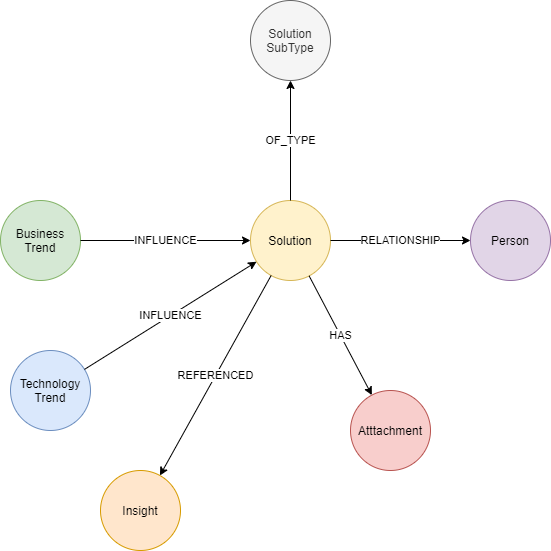
Above: Modules/Solutions/SignPostAPI/images/model.png in EnglishSid/DigitalExplorerDevNotes (draw.io), before the change. Source tidied: cells renumbered, new cells last; positions are measured from the earlier drawing's top-left corner, leaving out a move shared by most shapes. The source it was exported from:
```xml
<mxGraphModel>
  <root>
    <mxCell id="0" />
    <mxCell id="1" parent="0" />
    <mxCell id="2" value="Solution" style="ellipse;whiteSpace=wrap;html=1;fillColor=#fff2cc;strokeColor=#d6b656;" parent="1" vertex="1">
      <mxGeometry x="250" y="200" width="80" height="80" as="geometry" />
    </mxCell>
    <mxCell id="3" value="Solution&lt;br&gt;SubType" style="ellipse;whiteSpace=wrap;html=1;fillColor=#f5f5f5;strokeColor=#666666;fontColor=#333333;" parent="1" vertex="1">
      <mxGeometry x="250" width="80" height="80" as="geometry" />
    </mxCell>
    <mxCell id="4" value="Person" style="ellipse;whiteSpace=wrap;html=1;fillColor=#e1d5e7;strokeColor=#9673a6;" parent="1" vertex="1">
      <mxGeometry x="470" y="200" width="80" height="80" as="geometry" />
    </mxCell>
    <mxCell id="5" value="RELATIONSHIP" style="endArrow=classic;html=1;" parent="1" edge="1" source="2" target="4">
      <mxGeometry relative="1" as="geometry" />
    </mxCell>
    <mxCell id="6" value="OF_TYPE" style="endArrow=classic;html=1;" parent="1" edge="1" source="2" target="3">
      <mxGeometry relative="1" as="geometry" />
    </mxCell>
    <mxCell id="7" value="Atttachment" style="ellipse;whiteSpace=wrap;html=1;fillColor=#f8cecc;strokeColor=#b85450;" parent="1" vertex="1">
      <mxGeometry x="350" y="390" width="80" height="80" as="geometry" />
    </mxCell>
    <mxCell id="8" value="HAS" style="endArrow=classic;html=1;" parent="1" edge="1" source="2" target="7">
      <mxGeometry relative="1" as="geometry" />
    </mxCell>
    <mxCell id="9" value="Business&lt;br&gt;Trend" style="ellipse;whiteSpace=wrap;html=1;fillColor=#d5e8d4;strokeColor=#82b366;" parent="1" vertex="1">
      <mxGeometry y="200" width="80" height="80" as="geometry" />
    </mxCell>
    <mxCell id="10" value="Technology&lt;br&gt;Trend" style="ellipse;whiteSpace=wrap;html=1;fillColor=#dae8fc;strokeColor=#6c8ebf;" parent="1" vertex="1">
      <mxGeometry x="10" y="350" width="80" height="80" as="geometry" />
    </mxCell>
    <mxCell id="11" value="Insight" style="ellipse;whiteSpace=wrap;html=1;fillColor=#ffe6cc;strokeColor=#d79b00;" parent="1" vertex="1">
      <mxGeometry x="100" y="470" width="80" height="80" as="geometry" />
    </mxCell>
    <mxCell id="12" value="INFLUENCE" style="endArrow=classic;html=1;" parent="1" edge="1" source="9" target="2">
      <mxGeometry relative="1" as="geometry" />
    </mxCell>
    <mxCell id="13" value="&lt;span style=&quot;color: rgb(0 , 0 , 0) ; font-family: &amp;#34;helvetica&amp;#34; ; font-size: 11px ; font-style: normal ; font-weight: 400 ; letter-spacing: normal ; text-align: center ; text-indent: 0px ; text-transform: none ; word-spacing: 0px ; background-color: rgb(255 , 255 , 255) ; display: inline ; float: none&quot;&gt;INFLUENCE&lt;/span&gt;" style="endArrow=classic;html=1;" parent="1" edge="1" source="10" target="2">
      <mxGeometry relative="1" as="geometry" />
    </mxCell>
    <mxCell id="14" value="REFERENCED" style="endArrow=classic;html=1;" parent="1" edge="1" source="2" target="11">
      <mxGeometry relative="1" as="geometry" />
    </mxCell>
  </root>
</mxGraphModel>
```
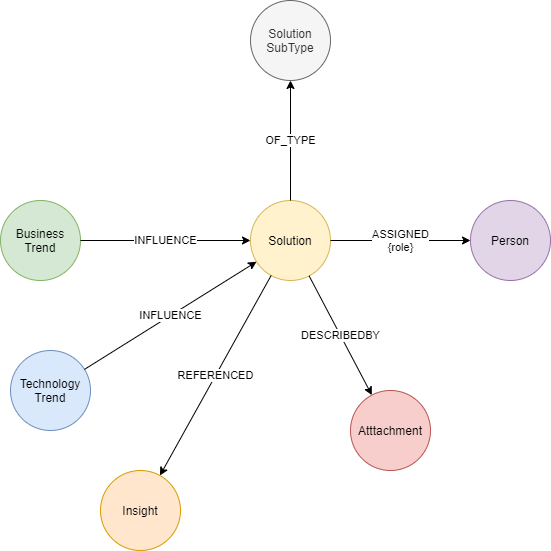
After the commit.

Commit message:
:pencil: model alignment

The edit, as a diff of the source:
```diff
@@ -11,7 +11,7 @@
     <mxCell id="4" value="Person" style="ellipse;whiteSpace=wrap;html=1;fillColor=#e1d5e7;strokeColor=#9673a6;" parent="1" vertex="1">
       <mxGeometry x="470" y="200" width="80" height="80" as="geometry" />
     </mxCell>
-    <mxCell id="5" value="RELATIONSHIP" style="endArrow=classic;html=1;" parent="1" edge="1" source="2" target="4">
+    <mxCell id="5" value="ASSIGNED&lt;br&gt;{role}" style="endArrow=classic;html=1;" parent="1" edge="1" source="2" target="4">
       <mxGeometry relative="1" as="geometry" />
     </mxCell>
     <mxCell id="6" value="OF_TYPE" style="endArrow=classic;html=1;" parent="1" edge="1" source="2" target="3">
@@ -20,7 +20,7 @@
     <mxCell id="7" value="Atttachment" style="ellipse;whiteSpace=wrap;html=1;fillColor=#f8cecc;strokeColor=#b85450;" parent="1" vertex="1">
       <mxGeometry x="350" y="390" width="80" height="80" as="geometry" />
     </mxCell>
-    <mxCell id="8" value="HAS" style="endArrow=classic;html=1;" parent="1" edge="1" source="2" target="7">
+    <mxCell id="8" value="DESCRIBEDBY" style="endArrow=classic;html=1;" parent="1" edge="1" source="2" target="7">
       <mxGeometry relative="1" as="geometry" />
     </mxCell>
     <mxCell id="9" value="Business&lt;br&gt;Trend" style="ellipse;whiteSpace=wrap;html=1;fillColor=#d5e8d4;strokeColor=#82b366;" parent="1" vertex="1">
```
